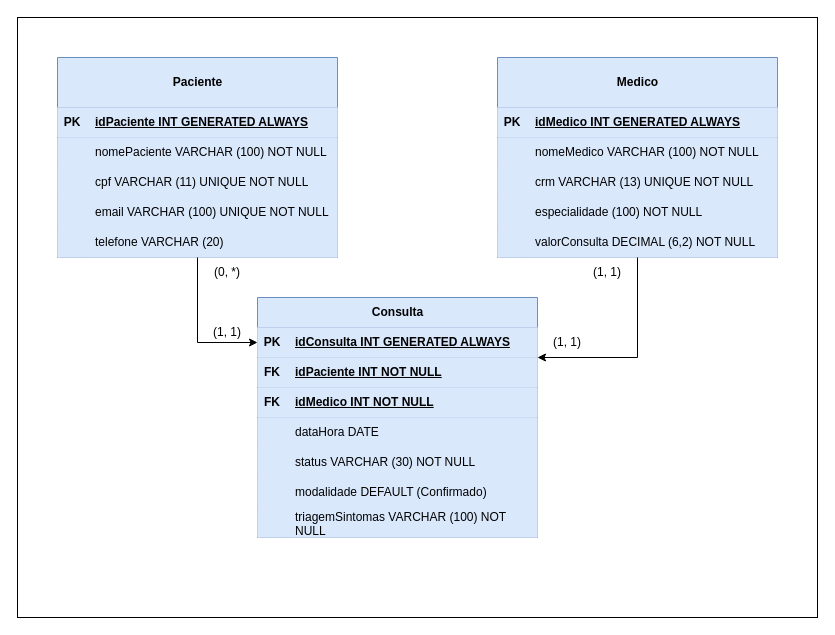
senai-661/FiveBits-backend keeps this draw.io diagram as docs/benchmarking/Diagrama-Medflow.drawio. Above is the earlier version. Source tidied: cells renumbered, new cells numbered last; positions are measured from the earlier drawing's top-left corner, leaving out a move shared by most shapes. Both pictures are drawn from the tidied source at 100%, with x=0, y=0 at pixel (17, 17).
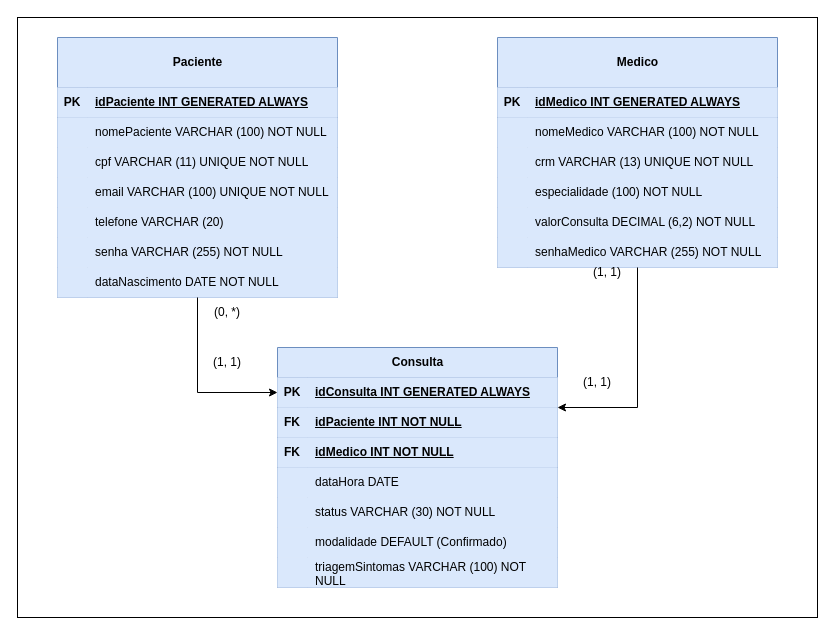
Above is the later version.

Commit message (it also covers changes not shown here):
atualizando o diagrama

The change refers to these unchanged cells:
```xml
<mxCell id="36" style="shape=tableRow;horizontal=0;startSize=0;swimlaneHead=0;swimlaneBody=0;fillColor=#dae8fc;points=[[0,0.5],[1,0.5]];portConstraint=eastwest;top=0;left=0;right=0;bottom=1;strokeColor=#6c8ebf;" parent="35" vertex="1">
  <mxGeometry y="30" width="280" height="30" as="geometry" />
</mxCell>
```

The edit, as a diff of the source:
```diff
@@
     <mxCell id="3" value="Paciente" style="shape=table;startSize=50;childLayout=tableLayout;rowLines=0;fontStyle=1;align=center;html=1;fillColor=#dae8fc;strokeColor=#6c8ebf;" parent="1" vertex="1">
-      <mxGeometry x="40" y="40" width="280" height="200" as="geometry" />
+      <mxGeometry x="40" y="20" width="280" height="260" as="geometry" />
     </mxCell>
@@
+    <mxCell id="63" style="shape=tableRow;horizontal=0;startSize=0;swimlaneHead=0;swimlaneBody=0;fillColor=#dae8fc;top=0;left=0;right=0;bottom=0;strokeColor=#6c8ebf;" parent="3" vertex="1">
+      <mxGeometry y="170" width="280" height="30" as="geometry" />
+    </mxCell>
+    <mxCell id="64" style="shape=partialRectangle;fillColor=#dae8fc;top=0;left=0;bottom=0;right=0;overflow=hidden;whiteSpace=wrap;html=1;strokeColor=#6c8ebf;" parent="63" vertex="1">
+      <mxGeometry width="30" height="30" as="geometry" />
+    </mxCell>
+    <mxCell id="65" value="telefone VARCHAR (20)" style="shape=partialRectangle;fillColor=#dae8fc;top=0;left=0;bottom=0;right=0;align=left;spacingLeft=6;overflow=hidden;whiteSpace=wrap;html=1;strokeColor=#6c8ebf;" parent="63" vertex="1">
+      <mxGeometry x="30" width="250" height="30" as="geometry" />
+    </mxCell>
+    <mxCell id="66" style="shape=tableRow;horizontal=0;startSize=0;swimlaneHead=0;swimlaneBody=0;fillColor=#dae8fc;top=0;left=0;right=0;bottom=0;strokeColor=#6c8ebf;" parent="3" vertex="1">
+      <mxGeometry y="200" width="280" height="30" as="geometry" />
+    </mxCell>
+    <mxCell id="67" style="shape=partialRectangle;fillColor=#dae8fc;top=0;left=0;bottom=0;right=0;overflow=hidden;whiteSpace=wrap;html=1;strokeColor=#6c8ebf;" parent="66" vertex="1">
+      <mxGeometry width="30" height="30" as="geometry" />
+    </mxCell>
+    <mxCell id="68" value="senha VARCHAR (255) NOT NULL" style="shape=partialRectangle;fillColor=#dae8fc;top=0;left=0;bottom=0;right=0;align=left;spacingLeft=6;overflow=hidden;whiteSpace=wrap;html=1;strokeColor=#6c8ebf;" parent="66" vertex="1">
+      <mxGeometry x="30" width="250" height="30" as="geometry" />
+    </mxCell>
     <mxCell id="16" style="shape=tableRow;horizontal=0;startSize=0;swimlaneHead=0;swimlaneBody=0;fillColor=#dae8fc;top=0;left=0;right=0;bottom=0;strokeColor=#6c8ebf;" parent="3" vertex="1">
-      <mxGeometry y="170" width="280" height="30" as="geometry" />
+      <mxGeometry y="230" width="280" height="30" as="geometry" />
     </mxCell>
@@
-    <mxCell id="18" value="telefone VARCHAR (20)" style="shape=partialRectangle;fillColor=#dae8fc;top=0;left=0;bottom=0;right=0;align=left;spacingLeft=6;overflow=hidden;whiteSpace=wrap;html=1;strokeColor=#6c8ebf;" parent="16" vertex="1">
+    <mxCell id="18" value="dataNascimento DATE NOT NULL" style="shape=partialRectangle;fillColor=#dae8fc;top=0;left=0;bottom=0;right=0;align=left;spacingLeft=6;overflow=hidden;whiteSpace=wrap;html=1;strokeColor=#6c8ebf;" parent="16" vertex="1">
       <mxGeometry x="30" width="250" height="30" as="geometry" />
     </mxCell>
     <mxCell id="19" value="Medico" style="shape=table;startSize=50;childLayout=tableLayout;rowLines=0;fontStyle=1;align=center;html=1;fillColor=#dae8fc;strokeColor=#6c8ebf;" parent="1" vertex="1">
-      <mxGeometry x="480" y="40" width="280" height="200" as="geometry" />
+      <mxGeometry x="480" y="20" width="280" height="230" as="geometry" />
     </mxCell>
@@
+    <mxCell id="69" style="shape=tableRow;horizontal=0;startSize=0;swimlaneHead=0;swimlaneBody=0;fillColor=#dae8fc;top=0;left=0;right=0;bottom=0;strokeColor=#6c8ebf;" parent="19" vertex="1">
+      <mxGeometry y="170" width="280" height="30" as="geometry" />
+    </mxCell>
+    <mxCell id="70" style="shape=partialRectangle;fillColor=#dae8fc;top=0;left=0;bottom=0;right=0;overflow=hidden;whiteSpace=wrap;html=1;strokeColor=#6c8ebf;" parent="69" vertex="1">
+      <mxGeometry width="30" height="30" as="geometry" />
+    </mxCell>
+    <mxCell id="71" value="valorConsulta DECIMAL (6,2) NOT NULL" style="shape=partialRectangle;fillColor=#dae8fc;top=0;left=0;bottom=0;right=0;align=left;spacingLeft=6;overflow=hidden;whiteSpace=wrap;html=1;strokeColor=#6c8ebf;" parent="69" vertex="1">
+      <mxGeometry x="30" width="250" height="30" as="geometry" />
+    </mxCell>
     <mxCell id="32" style="shape=tableRow;horizontal=0;startSize=0;swimlaneHead=0;swimlaneBody=0;fillColor=#dae8fc;top=0;left=0;right=0;bottom=0;strokeColor=#6c8ebf;" parent="19" vertex="1">
-      <mxGeometry y="170" width="280" height="30" as="geometry" />
+      <mxGeometry y="200" width="280" height="30" as="geometry" />
     </mxCell>
@@
-    <mxCell id="34" value="valorConsulta DECIMAL (6,2) NOT NULL" style="shape=partialRectangle;fillColor=#dae8fc;top=0;left=0;bottom=0;right=0;align=left;spacingLeft=6;overflow=hidden;whiteSpace=wrap;html=1;strokeColor=#6c8ebf;" parent="32" vertex="1">
+    <mxCell id="34" value="senhaMedico VARCHAR (255) NOT NULL" style="shape=partialRectangle;fillColor=#dae8fc;top=0;left=0;bottom=0;right=0;align=left;spacingLeft=6;overflow=hidden;whiteSpace=wrap;html=1;strokeColor=#6c8ebf;" parent="32" vertex="1">
       <mxGeometry x="30" width="250" height="30" as="geometry" />
     </mxCell>
     <mxCell id="35" value="Consulta" style="shape=table;startSize=30;childLayout=tableLayout;rowLines=0;fontStyle=1;align=center;html=1;fillColor=#dae8fc;strokeColor=#6c8ebf;" parent="1" vertex="1">
-      <mxGeometry x="240" y="280" width="280" height="240" as="geometry" />
+      <mxGeometry x="260" y="330" width="280" height="240" as="geometry" />
     </mxCell>
@@
     <mxCell id="57" style="endArrow=classic;html=1;rounded=0;exitX=0.5;exitY=1;exitDx=0;exitDy=0;entryX=0;entryY=0.5;entryDx=0;entryDy=0;" parent="1" edge="1" source="3" target="36">
       <mxGeometry relative="1" as="geometry">
         <Array as="points">
-          <mxPoint x="180" y="325" />
+          <mxPoint x="180" y="375" />
         </Array>
       </mxGeometry>
     </mxCell>
     <mxCell id="58" style="endArrow=classic;html=1;rounded=0;entryX=1;entryY=0.25;entryDx=0;entryDy=0;exitX=0.5;exitY=1;exitDx=0;exitDy=0;" parent="1" edge="1" source="19" target="35">
       <mxGeometry relative="1" as="geometry">
         <Array as="points">
-          <mxPoint x="620" y="340" />
+          <mxPoint x="620" y="390" />
         </Array>
       </mxGeometry>
     </mxCell>
     <mxCell id="59" value="(1, 1)" style="text;html=1;whiteSpace=wrap;strokeColor=none;fillColor=none;align=center;verticalAlign=middle;rounded=0;" parent="1" vertex="1">
-      <mxGeometry x="520" y="310" width="60" height="30" as="geometry" />
+      <mxGeometry x="550" y="350" width="60" height="30" as="geometry" />
     </mxCell>
@@
     <mxCell id="61" value="(1, 1)" style="text;html=1;whiteSpace=wrap;strokeColor=none;fillColor=none;align=center;verticalAlign=middle;rounded=0;" parent="1" vertex="1">
-      <mxGeometry x="180" y="300" width="60" height="30" as="geometry" />
+      <mxGeometry x="180" y="330" width="60" height="30" as="geometry" />
     </mxCell>
     <mxCell id="62" value="(0, *)" style="text;html=1;whiteSpace=wrap;strokeColor=none;fillColor=none;align=center;verticalAlign=middle;rounded=0;" parent="1" vertex="1">
-      <mxGeometry x="180" y="240" width="60" height="30" as="geometry" />
+      <mxGeometry x="180" y="280" width="60" height="30" as="geometry" />
     </mxCell>
```
